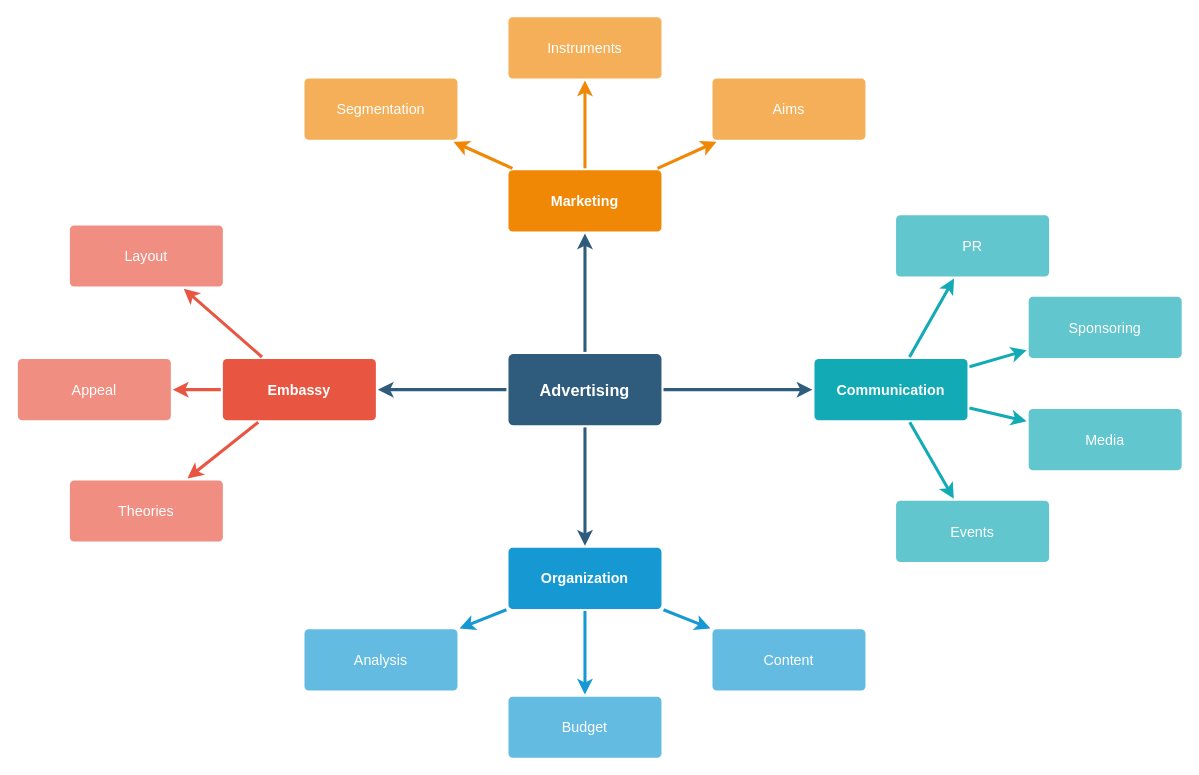
Above: Untitled Diagram.drawio in mathemartins/DevOps (draw.io), before the change. Source tidied: cells renumbered, new cells numbered last; positions are measured from the earlier drawing's top-left corner, leaving out a move shared by most shapes. Both pictures are drawn from the tidied source at 102%, with x=0, y=0 at pixel (17, 16).
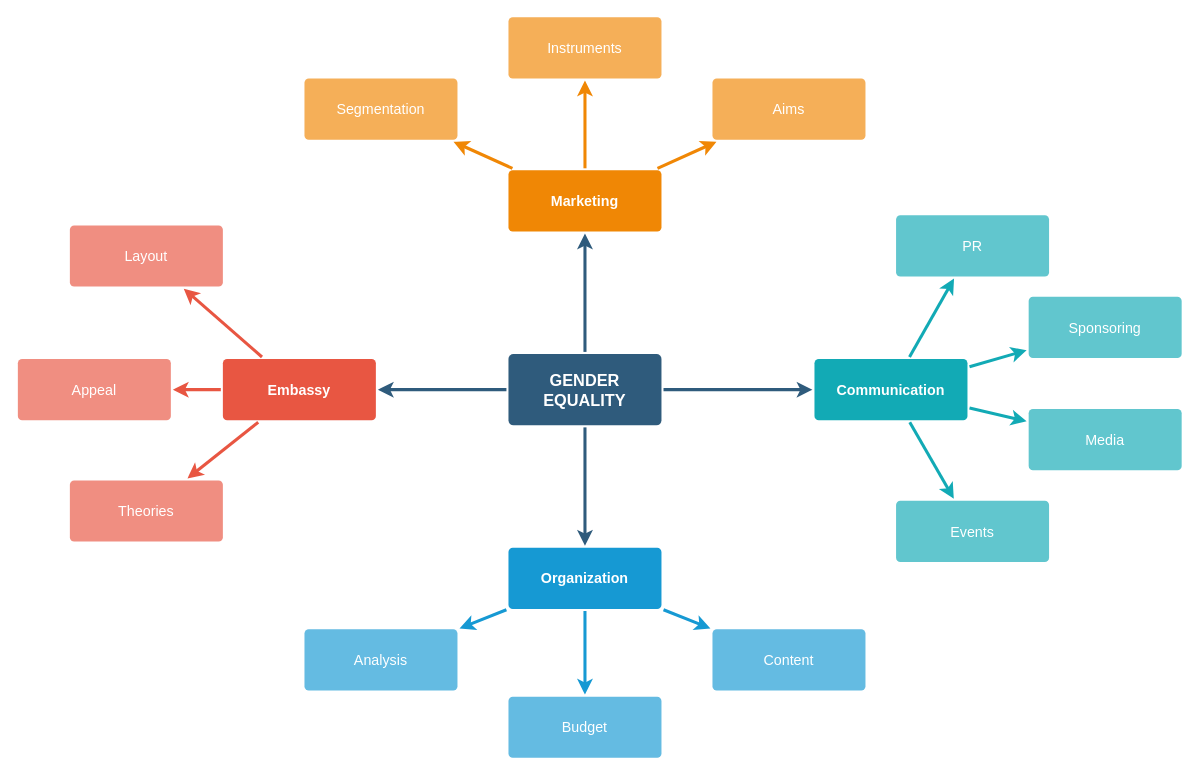
The same page after the edit.

The edit, as a diff of the source:
```diff
@@
-    <mxCell id="6" value="Advertising" style="rounded=1;whiteSpace=wrap;html=1;shadow=0;labelBackgroundColor=none;strokeColor=none;strokeWidth=3;fillColor=#2F5B7C;fontFamily=Helvetica;fontSize=16;fontColor=#FFFFFF;align=center;fontStyle=1;spacing=5;arcSize=7;perimeterSpacing=2;" parent="1" vertex="1">
+    <mxCell id="6" value="GENDER&lt;br&gt;EQUALITY" style="rounded=1;whiteSpace=wrap;html=1;shadow=0;labelBackgroundColor=none;strokeColor=none;strokeWidth=3;fillColor=#2F5B7C;fontFamily=Helvetica;fontSize=16;fontColor=#FFFFFF;align=center;fontStyle=1;spacing=5;arcSize=7;perimeterSpacing=2;" parent="1" vertex="1">
       <mxGeometry x="481" y="330.5" width="150" height="70" as="geometry" />
     </mxCell>
```
